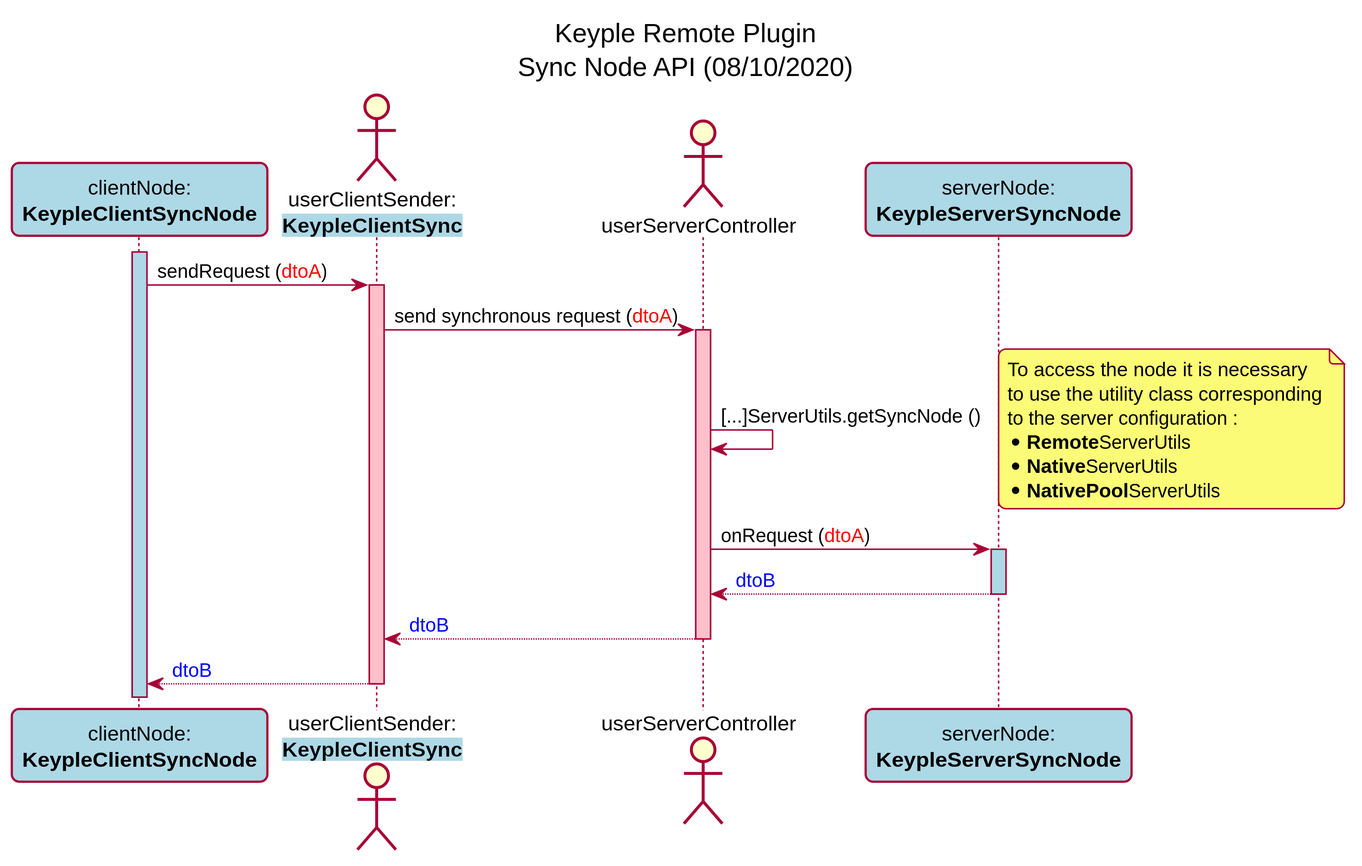
This is media/remote-plugin/sequence/Remote_Sequence_SyncNode_API.svg from yvonneyam/keyple-website, a PlantUML export, as it was before one commit.
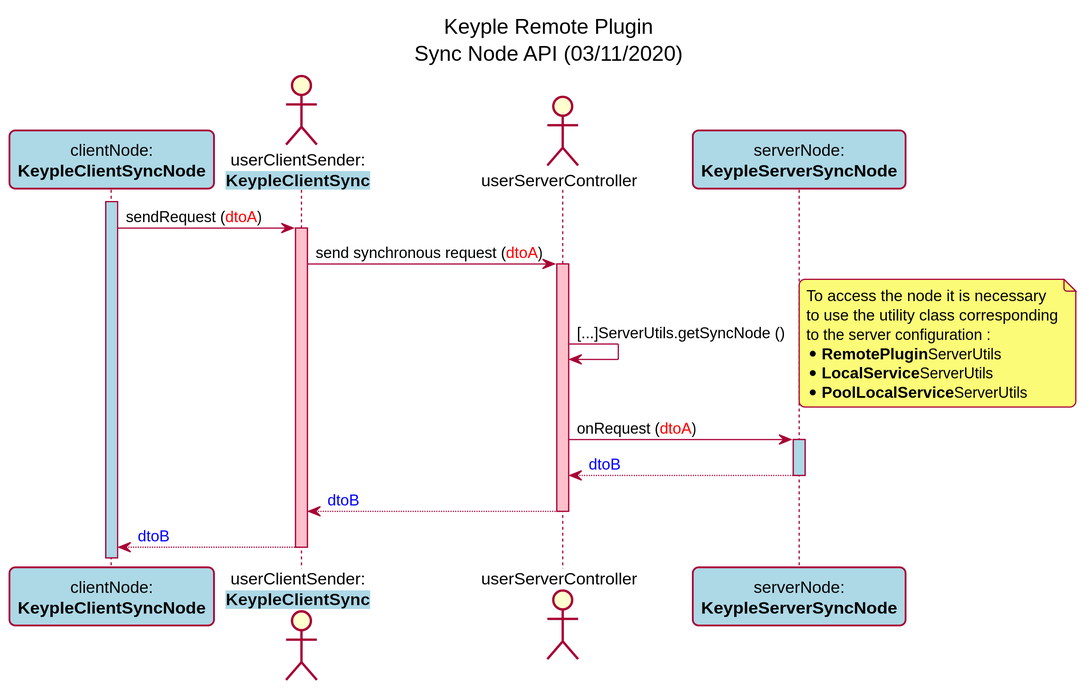
After the change.

What changed in the source:
```diff
@@ -2,7 +2,7 @@
 
 title
     Keyple Remote Plugin
-    Sync Node API (08/10/2020)
+    Sync Node API (03/11/2020)
 end title
 
 
@@ -27,9 +27,9 @@
     To access the node it is necessary
     to use the utility class corresponding
     to the server configuration :
-    * **Remote**ServerUtils
-    * **Native**ServerUtils
-    * **NativePool**ServerUtils
+    * **RemotePlugin**ServerUtils
+    * **LocalService**ServerUtils
+    * **PoolLocalService**ServerUtils
 end note
 userServerController -> serverNode : onRequest (<color:red>dtoA</color>)
 activate serverNode #LightBlue
```
